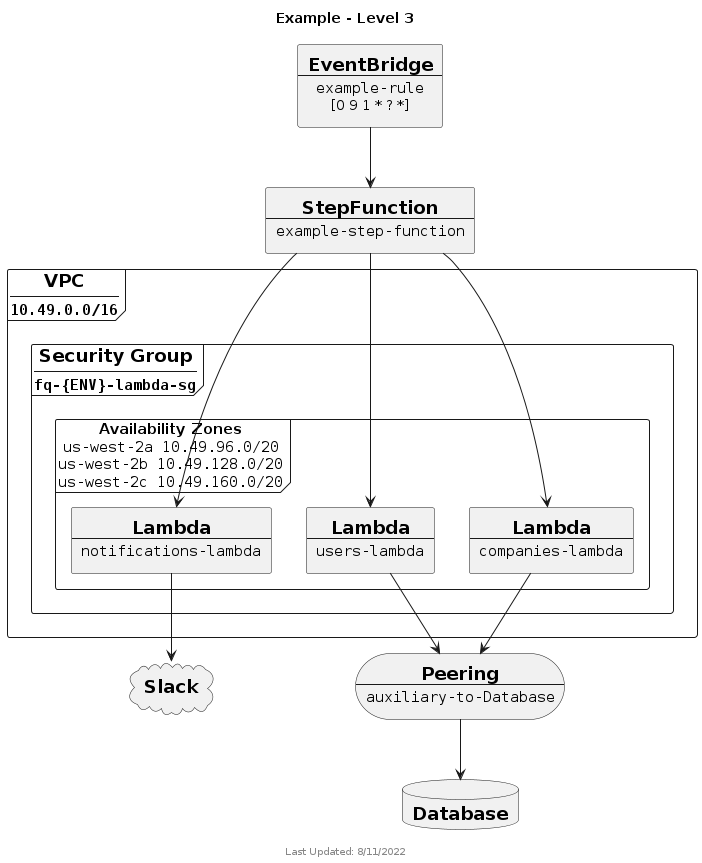
Before: docs/diagrams/out/example.level-3.png, a diagram exported from PlantUML (JEBoothjr/plantuml-diagramming).
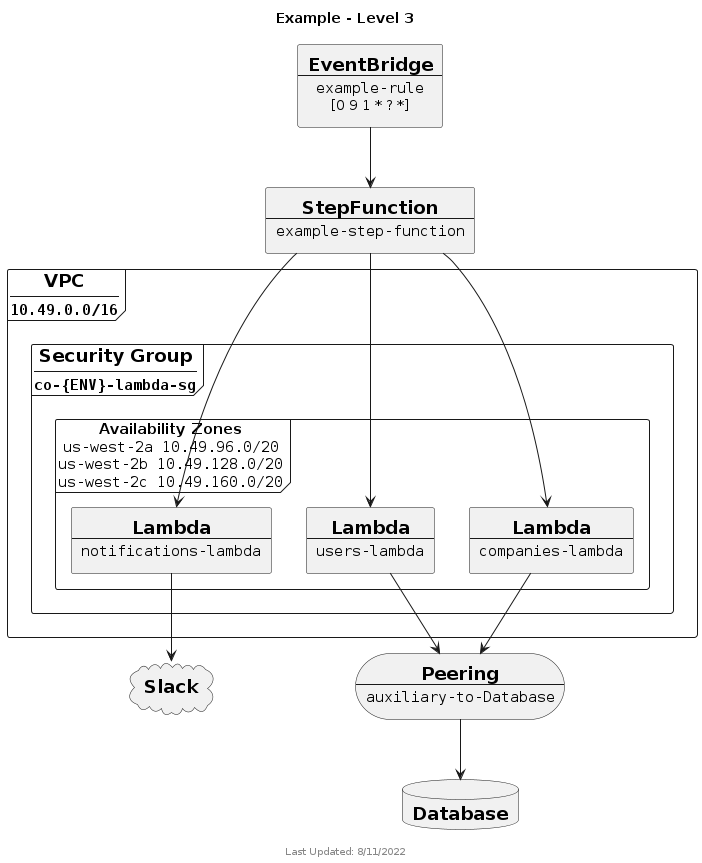
Above is the later version.

The edit, as a diff of the source:
```diff
@@ -18,7 +18,7 @@
 }
 
 VPC("Auxiliary", "10.49.0.0/16") {
-    SecurityGroup(AuxSG, "fq-{ENV}-lambda-sg") {
+    SecurityGroup(AuxSG, "co-{ENV}-lambda-sg") {
         AvailabilityZones(AZs, $AZs) {
             Lambda(NotificationsLambda, "notifications-lambda")
 
```
